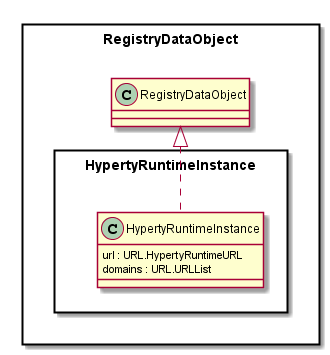
The PlantUML diagram docs/datamodel/core/hyperty-registry/Hyperty-Runtime-Instance-Data-Object-Model.png in reTHINK-project/dev-service-framework, before a commit. Its diagram source:
```plantuml
@startuml "../../docs/datamodel/core/hyperty-registry/Hyperty-Runtime-Instance-Data-Object-Model.png"

package RegistryDataObject <<Rect>> {

	package HypertyRuntimeInstance <<Rect>> {

		class HypertyRuntimeInstance {
			url : URL.HypertyRuntimeURL
			domains : URL.URLList
		}

		HypertyRuntimeInstance .up.|> RegistryDataObject.RegistryDataObject
	}
}
@enduml
```
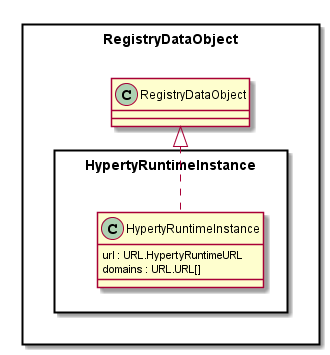
After the change.

Diff of the diagram source:
```diff
@@ -6,7 +6,7 @@
 
 		class HypertyRuntimeInstance {
 			url : URL.HypertyRuntimeURL
-			domains : URL.URLList
+			domains : URL.URL[]
 		}
 
 		HypertyRuntimeInstance .up.|> RegistryDataObject.RegistryDataObject
```
